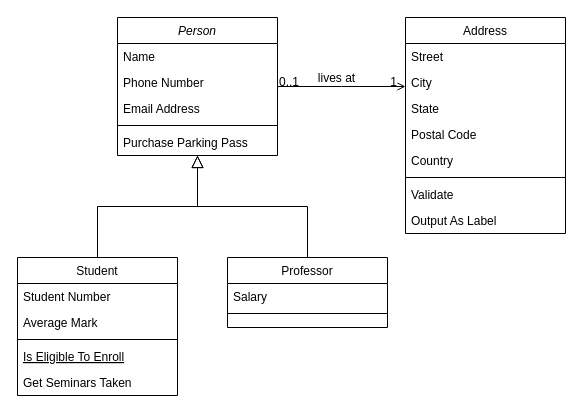
This is examples/SurveyBuilder.drawio from tuladhasum/dotnet, a draw.io file, before an edit. Source tidied: cells renumbered, new cells numbered last; positions are measured from the earlier drawing's top-left corner, leaving out a move shared by most shapes. Both pictures are drawn from the tidied source at 100%, with x=0, y=0 at pixel (17, 17).
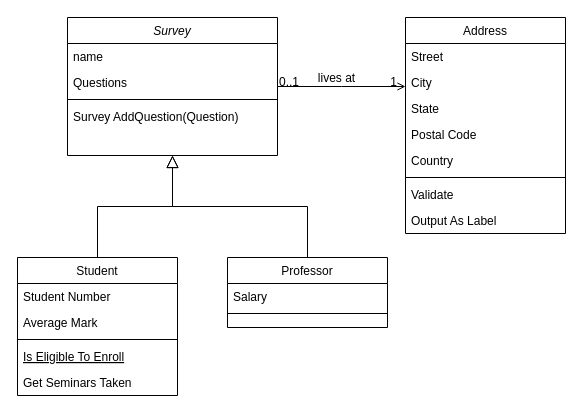
Above is the later version.

The edit, as a diff of the source:
```diff
@@
-    <mxCell id="2" value="Person" style="swimlane;fontStyle=2;align=center;verticalAlign=top;horizontal=1;startSize=26;rounded=0;shadow=0;strokeWidth=1;" parent="1" vertex="1">
-      <mxGeometry x="100" width="160" height="138" as="geometry" />
+    <mxCell id="2" value="Survey" style="swimlane;fontStyle=2;align=center;verticalAlign=top;horizontal=1;startSize=26;rounded=0;shadow=0;strokeWidth=1;" parent="1" vertex="1">
+      <mxGeometry x="50" width="210" height="138" as="geometry" />
     </mxCell>
-    <mxCell id="3" value="Name" style="text;align=left;verticalAlign=top;spacingLeft=4;spacingRight=4;overflow=hidden;" parent="2" vertex="1">
-      <mxGeometry y="26" width="160" height="26" as="geometry" />
+    <mxCell id="3" value="name" style="text;align=left;verticalAlign=top;spacingLeft=4;spacingRight=4;overflow=hidden;" parent="2" vertex="1">
+      <mxGeometry y="26" width="210" height="26" as="geometry" />
     </mxCell>
-    <mxCell id="4" value="Phone Number" style="text;align=left;verticalAlign=top;spacingLeft=4;spacingRight=4;overflow=hidden;rounded=0;shadow=0;html=0;" parent="2" vertex="1">
-      <mxGeometry y="52" width="160" height="26" as="geometry" />
+    <mxCell id="4" value="Questions" style="text;align=left;verticalAlign=top;spacingLeft=4;spacingRight=4;overflow=hidden;rounded=0;shadow=0;html=0;" parent="2" vertex="1">
+      <mxGeometry y="52" width="210" height="26" as="geometry" />
     </mxCell>
-    <mxCell id="5" value="Email Address" style="text;align=left;verticalAlign=top;spacingLeft=4;spacingRight=4;overflow=hidden;rounded=0;shadow=0;html=0;" parent="2" vertex="1">
-      <mxGeometry y="78" width="160" height="26" as="geometry" />
-    </mxCell>
     <mxCell id="6" style="line;html=1;strokeWidth=1;align=left;verticalAlign=middle;spacingTop=-1;spacingLeft=3;spacingRight=3;labelPosition=right;" parent="2" vertex="1">
-      <mxGeometry y="104" width="160" height="8" as="geometry" />
+      <mxGeometry y="78" width="210" height="8" as="geometry" />
     </mxCell>
-    <mxCell id="7" value="Purchase Parking Pass" style="text;align=left;verticalAlign=top;spacingLeft=4;spacingRight=4;overflow=hidden;" parent="2" vertex="1">
-      <mxGeometry y="112" width="160" height="26" as="geometry" />
+    <mxCell id="7" value="Survey AddQuestion(Question)" style="text;align=left;verticalAlign=top;spacingLeft=4;spacingRight=4;overflow=hidden;" parent="2" vertex="1">
+      <mxGeometry y="86" width="210" height="26" as="geometry" />
     </mxCell>
```
